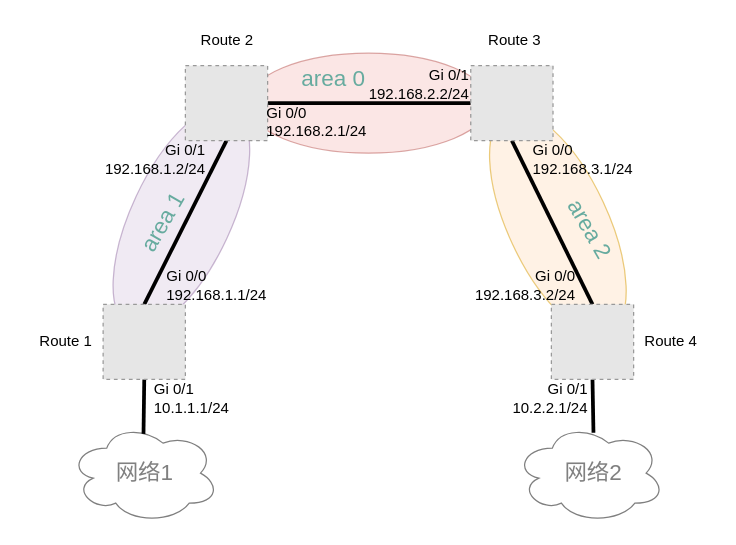
Before: Documentation/Router/OSPF/OSPF basic-configuration.drawio in KerwinKwong/Draw, a draw.io diagram. Source tidied: cells renumbered, new cells numbered last; positions are measured from the earlier drawing's top-left corner, leaving out a move shared by most shapes. Both pictures are drawn from the tidied source at 125%, with x=0, y=0 at pixel (28, 28). Pictures stored in the file or linked from it are replaced by grey dashed boxes.
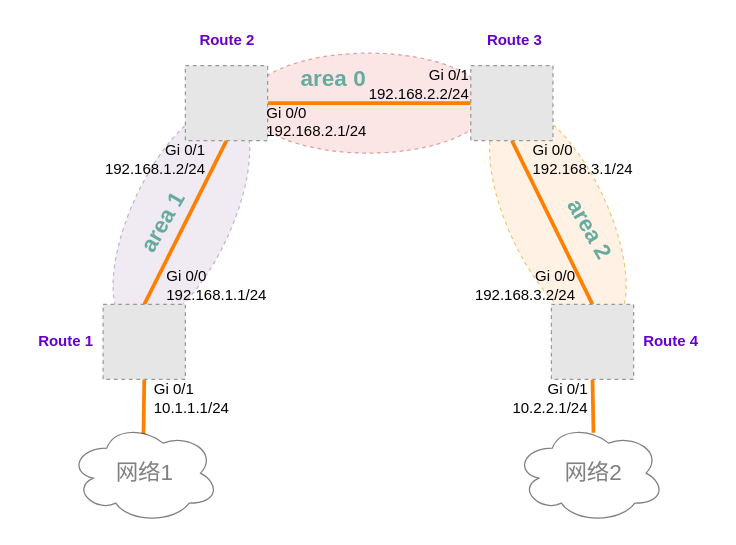
Above is the later version.

Unchanged cells that the change refers to:
```xml
<mxCell id="8" style="fillColor=#E6E6E6;strokeColor=#999999;dashed=1;verticalLabelPosition=bottom;labelBackgroundColor=#ffffff;verticalAlign=top;" parent="1" vertex="1">
  <mxGeometry x="125.8" y="30" width="65.8" height="60" as="geometry" />
</mxCell>
<mxCell id="10" style="fillColor=#E6E6E6;strokeColor=#999999;dashed=1;verticalLabelPosition=bottom;labelBackgroundColor=#ffffff;verticalAlign=top;" parent="1" vertex="1">
  <mxGeometry x="354.1" y="30" width="65.8" height="60" as="geometry" />
</mxCell>
<mxCell id="12" style="fillColor=#E6E6E6;strokeColor=#999999;dashed=1;verticalLabelPosition=bottom;labelBackgroundColor=#ffffff;verticalAlign=top;" parent="1" vertex="1">
  <mxGeometry x="418.6" y="221" width="65.8" height="60" as="geometry" />
</mxCell>
```

Diff of the diagram source:
```diff
@@
+    <mxCell id="33" parent="0" />
+    <mxCell id="34" style="ellipse;whiteSpace=wrap;html=1;rotation=-115;fillColor=#ffe6cc;strokeColor=#d79b00;opacity=50;dashed=1;" parent="33" vertex="1">
+      <mxGeometry x="327" y="111.6" width="193.6" height="80" as="geometry" />
+    </mxCell>
+    <mxCell id="35" style="ellipse;whiteSpace=wrap;html=1;rotation=0;fillColor=#f8cecc;strokeColor=#b85450;opacity=50;dashed=1;" parent="33" vertex="1">
+      <mxGeometry x="175.4" y="20" width="193.6" height="80" as="geometry" />
+    </mxCell>
+    <mxCell id="36" style="ellipse;whiteSpace=wrap;html=1;rotation=-65;fillColor=#e1d5e7;strokeColor=#9673a6;opacity=50;dashed=1;" parent="33" vertex="1">
+      <mxGeometry x="25.8" y="111.6" width="193.6" height="80" as="geometry" />
+    </mxCell>
+    <mxCell id="27" value="area 1" style="text;html=1;align=center;verticalAlign=middle;strokeColor=none;fontSize=18;fontColor=#67AB9F;rotation=-60;fontStyle=1;" parent="33" vertex="1">
+      <mxGeometry x="67.9" y="141" width="80" height="30" as="geometry" />
+    </mxCell>
+    <mxCell id="28" value="area 0" style="text;html=1;align=center;verticalAlign=middle;strokeColor=none;fontSize=18;fontColor=#67AB9F;rotation=0;fontStyle=1;" parent="33" vertex="1">
+      <mxGeometry x="203.6" y="26" width="80" height="30" as="geometry" />
+    </mxCell>
+    <mxCell id="29" value="area 2" style="text;html=1;align=center;verticalAlign=middle;strokeColor=none;fontSize=18;fontColor=#67AB9F;rotation=60;fontStyle=1;" parent="33" vertex="1">
+      <mxGeometry x="409.4" y="146" width="80" height="30" as="geometry" />
+    </mxCell>
@@
-    <mxCell id="3" style="ellipse;whiteSpace=wrap;html=1;rotation=-115;fillColor=#ffe6cc;strokeColor=#d79b00;opacity=50;" parent="1" vertex="1">
-      <mxGeometry x="327" y="116" width="193.6" height="80" as="geometry" />
-    </mxCell>
-    <mxCell id="4" style="ellipse;whiteSpace=wrap;html=1;rotation=0;fillColor=#f8cecc;strokeColor=#b85450;opacity=50;" parent="1" vertex="1">
-      <mxGeometry x="175.4" y="20" width="193.6" height="80" as="geometry" />
-    </mxCell>
-    <mxCell id="5" style="ellipse;whiteSpace=wrap;html=1;rotation=-65;fillColor=#e1d5e7;strokeColor=#9673a6;opacity=50;" parent="1" vertex="1">
-      <mxGeometry x="25.8" y="111.6" width="193.6" height="80" as="geometry" />
-    </mxCell>
-    <mxCell id="6" style="edgeStyle=orthogonalEdgeStyle;rounded=0;jettySize=auto;html=1;exitX=1;exitY=0.5;exitDx=0;exitDy=0;entryX=0;entryY=0.5;entryDx=0;entryDy=0;endArrow=none;endFill=0;strokeWidth=3;" parent="1" edge="1" source="8" target="10">
+    <mxCell id="6" style="edgeStyle=orthogonalEdgeStyle;rounded=0;jettySize=auto;html=1;exitX=1;exitY=0.5;exitDx=0;exitDy=0;entryX=0;entryY=0.5;entryDx=0;entryDy=0;endArrow=none;endFill=0;strokeWidth=3;fontColor=#FFB570;strokeColor=#FF8000;" parent="1" edge="1" source="8" target="10">
       <mxGeometry relative="1" as="geometry" />
     </mxCell>
-    <mxCell id="7" style="rounded=0;jettySize=auto;html=1;exitX=0.5;exitY=1;exitDx=0;exitDy=0;entryX=0.5;entryY=0;entryDx=0;entryDy=0;endArrow=none;endFill=0;strokeWidth=3;" parent="1" edge="1" source="8" target="17">
+    <mxCell id="7" style="rounded=0;jettySize=auto;html=1;exitX=0.5;exitY=1;exitDx=0;exitDy=0;entryX=0.5;entryY=0;entryDx=0;entryDy=0;endArrow=none;endFill=0;strokeWidth=3;fontColor=#FFB570;strokeColor=#FF8000;" parent="1" edge="1" source="8" target="17">
       <mxGeometry relative="1" as="geometry" />
     </mxCell>
@@
-    <mxCell id="9" style="rounded=0;jettySize=auto;html=1;exitX=0.5;exitY=1;exitDx=0;exitDy=0;endArrow=none;endFill=0;strokeWidth=3;entryX=0.5;entryY=0;entryDx=0;entryDy=0;" parent="1" edge="1" source="10" target="12">
+    <mxCell id="9" style="rounded=0;jettySize=auto;html=1;exitX=0.5;exitY=1;exitDx=0;exitDy=0;endArrow=none;endFill=0;strokeWidth=3;entryX=0.5;entryY=0;entryDx=0;entryDy=0;fontColor=#FFB570;strokeColor=#FF8000;" parent="1" edge="1" source="10" target="12">
       <mxGeometry relative="1" as="geometry" />
     </mxCell>
@@
-    <mxCell id="11" style="edgeStyle=none;rounded=0;jettySize=auto;html=1;exitX=0.5;exitY=1;exitDx=0;exitDy=0;endArrow=none;endFill=0;strokeWidth=3;entryX=0.524;entryY=0.096;entryDx=0;entryDy=0;entryPerimeter=0;" parent="1" edge="1" source="12" target="32">
+    <mxCell id="11" style="edgeStyle=none;rounded=0;jettySize=auto;html=1;exitX=0.5;exitY=1;exitDx=0;exitDy=0;endArrow=none;endFill=0;strokeWidth=3;entryX=0.524;entryY=0.096;entryDx=0;entryDy=0;entryPerimeter=0;fontColor=#FFB570;strokeColor=#FF8000;" parent="1" edge="1" source="12" target="32">
       <mxGeometry relative="1" as="geometry" />
     </mxCell>
@@
+    <mxCell id="16" style="edgeStyle=none;rounded=0;jettySize=auto;html=1;exitX=0.5;exitY=1;exitDx=0;exitDy=0;endArrow=none;endFill=0;strokeWidth=3;entryX=0.495;entryY=0.108;entryDx=0;entryDy=0;entryPerimeter=0;fontColor=#FFB570;strokeColor=#FF8000;" parent="1" edge="1" source="17" target="31">
+      <mxGeometry relative="1" as="geometry" />
+    </mxCell>
+    <mxCell id="17" style="fillColor=#E6E6E6;strokeColor=#999999;dashed=1;verticalLabelPosition=bottom;labelBackgroundColor=#ffffff;verticalAlign=top;" parent="1" vertex="1">
+      <mxGeometry x="60" y="221" width="65.8" height="60" as="geometry" />
+    </mxCell>
+    <mxCell id="30" value="网络1" style="text;html=1;align=center;verticalAlign=middle;strokeColor=none;fontSize=18;" parent="1" vertex="1">
+      <mxGeometry x="62.9" y="341" width="60" height="30" as="geometry" />
+    </mxCell>
+    <mxCell id="31" style="ellipse;shape=cloud;whiteSpace=wrap;html=1;fontSize=18;fontColor=#000000;opacity=50;" parent="1" vertex="1">
+      <mxGeometry x="32.9" y="316" width="120" height="80" as="geometry" />
+    </mxCell>
+    <mxCell id="32" style="ellipse;shape=cloud;whiteSpace=wrap;html=1;fontSize=18;fontColor=#000000;opacity=50;" parent="1" vertex="1">
+      <mxGeometry x="389.4" y="316" width="120" height="80" as="geometry" />
+    </mxCell>
+    <mxCell id="37" parent="0" />
-    <mxCell id="13" value="Route 2" style="text;html=1;align=center;verticalAlign=middle;strokeColor=none;" parent="1" vertex="1">
-      <mxGeometry x="128.6" width="60" height="20" as="geometry" />
+    <mxCell id="13" value="Route 2" style="text;html=1;align=center;verticalAlign=middle;strokeColor=none;fontStyle=1;fontColor=#6600CC;" parent="37" vertex="1">
+      <mxGeometry x="123.6" y="-5" width="70" height="30" as="geometry" />
     </mxCell>
-    <mxCell id="14" value="Route 4" style="text;html=1;align=center;verticalAlign=middle;strokeColor=none;" parent="1" vertex="1">
-      <mxGeometry x="484.4" y="241" width="60" height="20" as="geometry" />
+    <mxCell id="14" value="Route 4" style="text;html=1;align=center;verticalAlign=middle;strokeColor=none;fontStyle=1;fontColor=#6600CC;" parent="37" vertex="1">
+      <mxGeometry x="479.4" y="236" width="70" height="30" as="geometry" />
     </mxCell>
-    <mxCell id="15" value="Gi 0/0&lt;br&gt;192.168.1.1/24" style="text;html=1;align=left;verticalAlign=middle;strokeColor=none;" parent="1" vertex="1">
-      <mxGeometry x="108.6" y="191" width="100" height="30" as="geometry" />
-    </mxCell>
-    <mxCell id="16" style="edgeStyle=none;rounded=0;jettySize=auto;html=1;exitX=0.5;exitY=1;exitDx=0;exitDy=0;endArrow=none;endFill=0;strokeWidth=3;entryX=0.495;entryY=0.108;entryDx=0;entryDy=0;entryPerimeter=0;" parent="1" edge="1" source="17" target="31">
-      <mxGeometry relative="1" as="geometry" />
-    </mxCell>
-    <mxCell id="17" style="fillColor=#E6E6E6;strokeColor=#999999;dashed=1;verticalLabelPosition=bottom;labelBackgroundColor=#ffffff;verticalAlign=top;" parent="1" vertex="1">
-      <mxGeometry x="60" y="221" width="65.8" height="60" as="geometry" />
-    </mxCell>
-    <mxCell id="18" value="Route 1" style="text;html=1;align=center;verticalAlign=middle;strokeColor=none;" parent="1" vertex="1">
-      <mxGeometry y="241" width="60" height="20" as="geometry" />
+    <mxCell id="18" value="Route 1" style="text;html=1;align=center;verticalAlign=middle;strokeColor=none;fontStyle=1;fontColor=#6600CC;" parent="37" vertex="1">
+      <mxGeometry x="-5" y="236" width="70" height="30" as="geometry" />
     </mxCell>
-    <mxCell id="19" value="Route 3" style="text;html=1;align=center;verticalAlign=middle;strokeColor=none;" parent="1" vertex="1">
-      <mxGeometry x="358.6" width="60" height="20" as="geometry" />
+    <mxCell id="19" value="Route 3" style="text;html=1;align=center;verticalAlign=middle;strokeColor=none;fontStyle=1;fontColor=#6600CC;" parent="37" vertex="1">
+      <mxGeometry x="353.6" y="-5" width="70" height="30" as="geometry" />
     </mxCell>
+    <mxCell id="15" value="Gi 0/0&lt;br&gt;192.168.1.1/24" style="text;html=1;align=left;verticalAlign=middle;strokeColor=none;" parent="37" vertex="1">
+      <mxGeometry x="108.6" y="191" width="100" height="30" as="geometry" />
+    </mxCell>
-    <mxCell id="20" value="Gi 0/1&lt;br&gt;192.168.1.2/24" style="text;html=1;align=right;verticalAlign=middle;strokeColor=none;" parent="1" vertex="1">
+    <mxCell id="20" value="Gi 0/1&lt;br&gt;192.168.1.2/24" style="text;html=1;align=right;verticalAlign=middle;strokeColor=none;" parent="37" vertex="1">
       <mxGeometry x="42.9" y="90" width="100" height="30" as="geometry" />
     </mxCell>
-    <mxCell id="21" value="Gi 0/1&lt;br&gt;192.168.2.2/24" style="text;html=1;align=right;verticalAlign=middle;strokeColor=none;" parent="1" vertex="1">
+    <mxCell id="21" value="Gi 0/1&lt;br&gt;192.168.2.2/24" style="text;html=1;align=right;verticalAlign=middle;strokeColor=none;" parent="37" vertex="1">
       <mxGeometry x="254.1" y="30" width="100" height="30" as="geometry" />
     </mxCell>
-    <mxCell id="22" value="Gi 0/0&lt;br&gt;192.168.2.1/24" style="text;html=1;align=left;verticalAlign=middle;strokeColor=none;" parent="1" vertex="1">
+    <mxCell id="22" value="Gi 0/0&lt;br&gt;192.168.2.1/24" style="text;html=1;align=left;verticalAlign=middle;strokeColor=none;" parent="37" vertex="1">
       <mxGeometry x="188.6" y="60" width="100" height="30" as="geometry" />
     </mxCell>
-    <mxCell id="23" value="Gi 0/0&lt;br&gt;192.168.3.1/24" style="text;html=1;align=left;verticalAlign=middle;strokeColor=none;" parent="1" vertex="1">
+    <mxCell id="23" value="Gi 0/0&lt;br&gt;192.168.3.1/24" style="text;html=1;align=left;verticalAlign=middle;strokeColor=none;" parent="37" vertex="1">
       <mxGeometry x="401.5" y="90" width="100" height="30" as="geometry" />
     </mxCell>
-    <mxCell id="24" value="Gi 0/0&lt;br&gt;192.168.3.2/24" style="text;html=1;align=right;verticalAlign=middle;strokeColor=none;" parent="1" vertex="1">
+    <mxCell id="24" value="Gi 0/0&lt;br&gt;192.168.3.2/24" style="text;html=1;align=right;verticalAlign=middle;strokeColor=none;" parent="37" vertex="1">
       <mxGeometry x="339" y="191" width="100" height="30" as="geometry" />
     </mxCell>
-    <mxCell id="25" value="Gi 0/1&lt;br&gt;10.1.1.1/24" style="text;html=1;align=left;verticalAlign=middle;strokeColor=none;" parent="1" vertex="1">
+    <mxCell id="25" value="Gi 0/1&lt;br&gt;10.1.1.1/24" style="text;html=1;align=left;verticalAlign=middle;strokeColor=none;" parent="37" vertex="1">
       <mxGeometry x="99" y="281" width="80" height="30" as="geometry" />
     </mxCell>
-    <mxCell id="26" value="Gi 0/1&lt;br&gt;10.2.2.1/24" style="text;html=1;align=right;verticalAlign=middle;strokeColor=none;" parent="1" vertex="1">
+    <mxCell id="26" value="Gi 0/1&lt;br&gt;10.2.2.1/24" style="text;html=1;align=right;verticalAlign=middle;strokeColor=none;" parent="37" vertex="1">
       <mxGeometry x="369" y="281" width="80" height="30" as="geometry" />
     </mxCell>
-    <mxCell id="27" value="area 1" style="text;html=1;align=center;verticalAlign=middle;strokeColor=none;fontSize=18;fontColor=#67AB9F;rotation=-60;" parent="1" vertex="1">
-      <mxGeometry x="72.9" y="141" width="70" height="30" as="geometry" />
-    </mxCell>
-    <mxCell id="28" value="area 0" style="text;html=1;align=center;verticalAlign=middle;strokeColor=none;fontSize=18;fontColor=#67AB9F;rotation=0;" parent="1" vertex="1">
-      <mxGeometry x="208.6" y="26" width="70" height="30" as="geometry" />
-    </mxCell>
-    <mxCell id="29" value="area 2" style="text;html=1;align=center;verticalAlign=middle;strokeColor=none;fontSize=18;fontColor=#67AB9F;rotation=60;" parent="1" vertex="1">
-      <mxGeometry x="414.4" y="146" width="70" height="30" as="geometry" />
-    </mxCell>
-    <mxCell id="30" value="网络1" style="text;html=1;align=center;verticalAlign=middle;strokeColor=none;fontSize=18;" parent="1" vertex="1">
-      <mxGeometry x="62.9" y="341" width="60" height="30" as="geometry" />
-    </mxCell>
-    <mxCell id="31" style="ellipse;shape=cloud;whiteSpace=wrap;html=1;fontSize=18;fontColor=#000000;opacity=50;" parent="1" vertex="1">
-      <mxGeometry x="32.9" y="316" width="120" height="80" as="geometry" />
-    </mxCell>
-    <mxCell id="32" style="ellipse;shape=cloud;whiteSpace=wrap;html=1;fontSize=18;fontColor=#000000;opacity=50;" parent="1" vertex="1">
-      <mxGeometry x="389.4" y="316" width="120" height="80" as="geometry" />
-    </mxCell>
```
